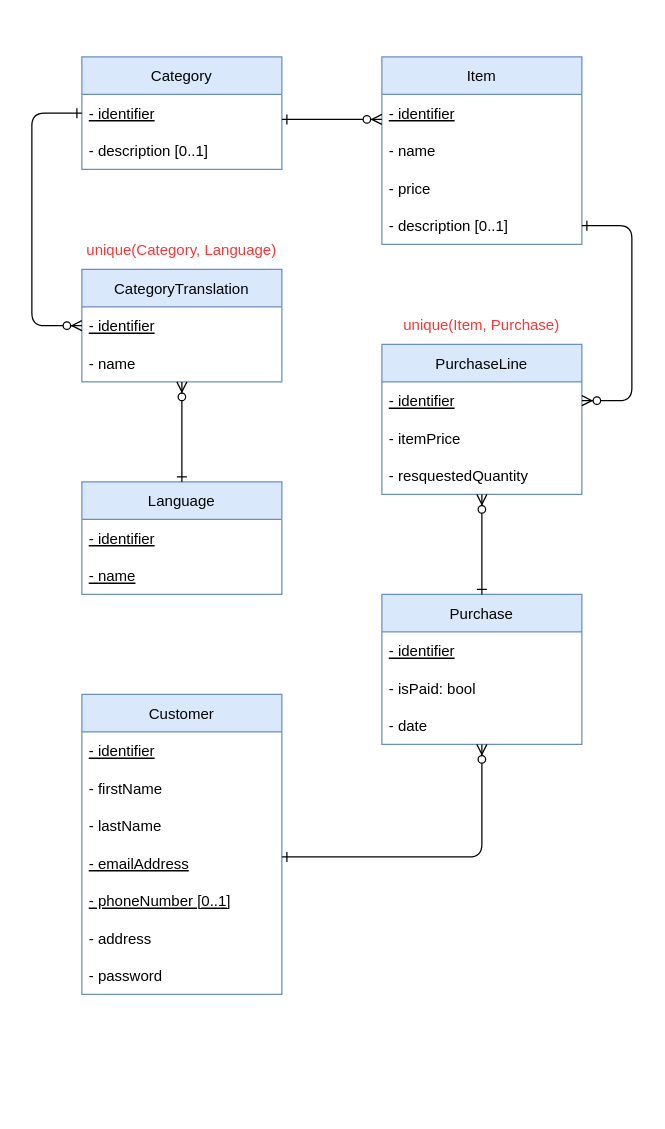
The draw.io diagram diagram/entity_relationship_diagram.drawio in JobeanSmith/Cyberware, before the edit. Source tidied: cells renumbered, new cells numbered last; positions are measured from the earlier drawing's top-left corner, leaving out a move shared by most shapes. Both pictures are drawn from the tidied source at 125%, with x=0, y=0 at pixel (31, 56).
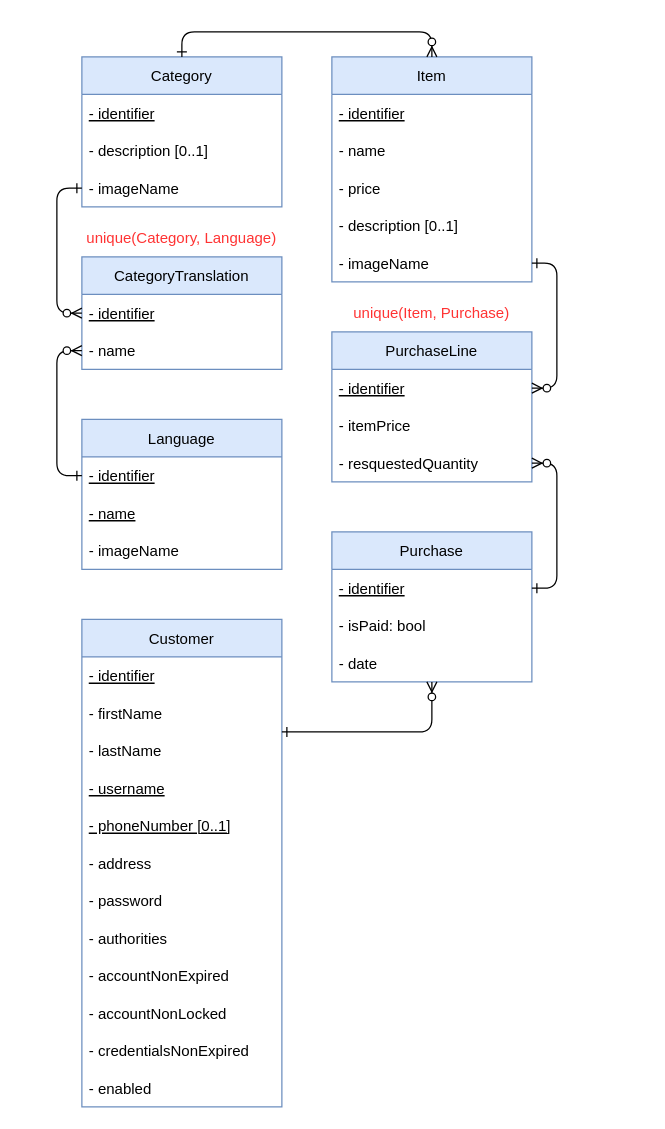
The same diagram, later.

The change refers to these unchanged cells:
```xml
<mxCell id="6" value="- description [0..1]" style="text;strokeColor=none;fillColor=none;align=left;verticalAlign=middle;spacingLeft=4;spacingRight=4;overflow=hidden;points=[[0,0.5],[1,0.5]];portConstraint=eastwest;" parent="2" vertex="1">
  <mxGeometry y="120" width="160" height="30" as="geometry" />
</mxCell>
<mxCell id="11" value="- identifier" style="text;strokeColor=none;fillColor=none;align=left;verticalAlign=middle;spacingLeft=4;spacingRight=4;overflow=hidden;points=[[0,0.5],[1,0.5]];portConstraint=eastwest;fontStyle=4;" parent="10" vertex="1">
  <mxGeometry y="30" width="160" height="30" as="geometry" />
</mxCell>
<mxCell id="13" value="- resquestedQuantity" style="text;strokeColor=none;fillColor=none;align=left;verticalAlign=middle;spacingLeft=4;spacingRight=4;overflow=hidden;points=[[0,0.5],[1,0.5]];portConstraint=eastwest;" parent="10" vertex="1">
  <mxGeometry y="90" width="160" height="30" as="geometry" />
</mxCell>
<mxCell id="15" value="- identifier" style="text;strokeColor=none;fillColor=none;align=left;verticalAlign=middle;spacingLeft=4;spacingRight=4;overflow=hidden;points=[[0,0.5],[1,0.5]];portConstraint=eastwest;fontStyle=4;" parent="14" vertex="1">
  <mxGeometry y="30" width="160" height="30" as="geometry" />
</mxCell>
<mxCell id="17" value="- date" style="text;strokeColor=none;fillColor=none;align=left;verticalAlign=middle;spacingLeft=4;spacingRight=4;overflow=hidden;points=[[0,0.5],[1,0.5]];portConstraint=eastwest;" parent="14" vertex="1">
  <mxGeometry y="90" width="160" height="30" as="geometry" />
</mxCell>
<mxCell id="30" value="- identifier" style="text;strokeColor=none;fillColor=none;align=left;verticalAlign=middle;spacingLeft=4;spacingRight=4;overflow=hidden;points=[[0,0.5],[1,0.5]];portConstraint=eastwest;fontStyle=4;" parent="29" vertex="1">
  <mxGeometry y="30" width="160" height="30" as="geometry" />
</mxCell>
<mxCell id="34" value="- name" style="text;strokeColor=none;fillColor=none;align=left;verticalAlign=middle;spacingLeft=4;spacingRight=4;overflow=hidden;points=[[0,0.5],[1,0.5]];portConstraint=eastwest;fontStyle=0;" parent="32" vertex="1">
  <mxGeometry y="60" width="160" height="30" as="geometry" />
</mxCell>
```

Diff of the diagram source:
```diff
@@
     <mxCell id="2" value="Item" style="swimlane;fontStyle=0;horizontal=1;startSize=30;fillColor=#dae8fc;strokeColor=#6c8ebf;" parent="1" vertex="1">
-      <mxGeometry x="280" width="160" height="150" as="geometry" />
+      <mxGeometry x="240" width="160" height="180" as="geometry" />
     </mxCell>
@@
+    <mxCell id="40" value="- imageName" style="text;strokeColor=none;fillColor=none;align=left;verticalAlign=middle;spacingLeft=4;spacingRight=4;overflow=hidden;points=[[0,0.5],[1,0.5]];portConstraint=eastwest;" parent="2" vertex="1">
+      <mxGeometry y="150" width="160" height="30" as="geometry" />
+    </mxCell>
     <mxCell id="7" value="Category" style="swimlane;fontStyle=0;horizontal=1;startSize=30;fillColor=#dae8fc;strokeColor=#6c8ebf;" parent="1" vertex="1">
-      <mxGeometry x="40" width="160" height="90" as="geometry" />
+      <mxGeometry x="40" width="160" height="120" as="geometry" />
     </mxCell>
@@
+    <mxCell id="41" value="- description [0..1]" style="text;strokeColor=none;fillColor=none;align=left;verticalAlign=middle;spacingLeft=4;spacingRight=4;overflow=hidden;" parent="7" vertex="1">
+      <mxGeometry y="60" width="160" height="30" as="geometry" />
+    </mxCell>
-    <mxCell id="9" value="- description [0..1]" style="text;strokeColor=none;fillColor=none;align=left;verticalAlign=middle;spacingLeft=4;spacingRight=4;overflow=hidden;points=[[0,0.5],[1,0.5]];portConstraint=eastwest;" parent="7" vertex="1">
-      <mxGeometry y="60" width="160" height="30" as="geometry" />
+    <mxCell id="9" value="- imageName" style="text;strokeColor=none;fillColor=none;align=left;verticalAlign=middle;spacingLeft=4;spacingRight=4;overflow=hidden;points=[[0,0.5],[1,0.5]];portConstraint=eastwest;" parent="7" vertex="1">
+      <mxGeometry y="90" width="160" height="30" as="geometry" />
     </mxCell>
     <mxCell id="10" value="PurchaseLine" style="swimlane;fontStyle=0;horizontal=1;startSize=30;fillColor=#dae8fc;strokeColor=#6c8ebf;" parent="1" vertex="1">
-      <mxGeometry x="280" y="230" width="160" height="120" as="geometry" />
+      <mxGeometry x="240" y="220" width="160" height="120" as="geometry" />
     </mxCell>
@@
     <mxCell id="14" value="Purchase" style="swimlane;fontStyle=0;horizontal=1;startSize=30;fillColor=#dae8fc;strokeColor=#6c8ebf;" parent="1" vertex="1">
-      <mxGeometry x="280" y="430" width="160" height="120" as="geometry" />
+      <mxGeometry x="240" y="380" width="160" height="120" as="geometry" />
     </mxCell>
@@
     <mxCell id="18" value="Customer" style="swimlane;fontStyle=0;horizontal=1;startSize=30;fillColor=#dae8fc;strokeColor=#6c8ebf;" parent="1" vertex="1">
-      <mxGeometry x="40" y="510" width="160" height="240" as="geometry" />
+      <mxGeometry x="40" y="450" width="160" height="390" as="geometry" />
     </mxCell>
@@
-    <mxCell id="22" value="- emailAddress" style="text;strokeColor=none;fillColor=none;align=left;verticalAlign=middle;spacingLeft=4;spacingRight=4;overflow=hidden;fontStyle=4;" parent="18" vertex="1">
+    <mxCell id="22" value="- username" style="text;strokeColor=none;fillColor=none;align=left;verticalAlign=middle;spacingLeft=4;spacingRight=4;overflow=hidden;fontStyle=4;" parent="18" vertex="1">
       <mxGeometry y="120" width="160" height="30" as="geometry" />
     </mxCell>
@@
+    <mxCell id="42" value="- authorities" style="text;strokeColor=none;fillColor=none;align=left;verticalAlign=middle;spacingLeft=4;spacingRight=4;overflow=hidden;" parent="18" vertex="1">
+      <mxGeometry y="240" width="160" height="30" as="geometry" />
+    </mxCell>
+    <mxCell id="43" value="- accountNonExpired" style="text;strokeColor=none;fillColor=none;align=left;verticalAlign=middle;spacingLeft=4;spacingRight=4;overflow=hidden;" parent="18" vertex="1">
+      <mxGeometry y="270" width="160" height="30" as="geometry" />
+    </mxCell>
+    <mxCell id="44" value="- accountNonLocked" style="text;strokeColor=none;fillColor=none;align=left;verticalAlign=middle;spacingLeft=4;spacingRight=4;overflow=hidden;" parent="18" vertex="1">
+      <mxGeometry y="300" width="160" height="30" as="geometry" />
+    </mxCell>
+    <mxCell id="45" value="- credentialsNonExpired" style="text;strokeColor=none;fillColor=none;align=left;verticalAlign=middle;spacingLeft=4;spacingRight=4;overflow=hidden;" parent="18" vertex="1">
+      <mxGeometry y="330" width="160" height="30" as="geometry" />
+    </mxCell>
+    <mxCell id="46" value="- enabled" style="text;strokeColor=none;fillColor=none;align=left;verticalAlign=middle;spacingLeft=4;spacingRight=4;overflow=hidden;" parent="18" vertex="1">
+      <mxGeometry y="360" width="160" height="30" as="geometry" />
+    </mxCell>
     <mxCell id="26" style="edgeStyle=elbowEdgeStyle;fontSize=12;html=1;endArrow=ERone;rounded=1;endFill=0;startArrow=ERzeroToMany;startFill=1;elbow=vertical;" parent="1" edge="1" source="17" target="18">
       <mxGeometry relative="1" as="geometry">
         <Array as="points">
+          <mxPoint x="320" y="540" />
+          <mxPoint x="360" y="560" />
           <mxPoint x="260" y="640" />
           <mxPoint x="230" y="585" />
           <mxPoint x="240" y="540" />
           <mxPoint x="290" y="610" />
           <mxPoint x="240" y="560" />
           <mxPoint x="240" y="500" />
           <mxPoint x="230" y="490" />
           <mxPoint x="240" y="500" />
           <mxPoint x="230" y="500" />
           <mxPoint x="240" y="490" />
         </Array>
       </mxGeometry>
     </mxCell>
-    <mxCell id="27" style="edgeStyle=elbowEdgeStyle;fontSize=12;html=1;endArrow=ERzeroToMany;startArrow=ERone;rounded=1;startFill=0;elbow=vertical;" parent="1" edge="1" source="6" target="11">
+    <mxCell id="27" style="edgeStyle=elbowEdgeStyle;fontSize=12;html=1;endArrow=ERzeroToMany;startArrow=ERone;rounded=1;startFill=0;elbow=vertical;exitX=1;exitY=0.5;exitDx=0;exitDy=0;" parent="1" edge="1" source="40" target="11">
       <mxGeometry relative="1" as="geometry">
         <Array as="points">
-          <mxPoint x="480" y="190" />
-          <mxPoint x="360" y="190" />
-          <mxPoint x="480" y="190" />
+          <mxPoint x="420" y="180" />
+          <mxPoint x="440" y="180" />
+          <mxPoint x="420" y="210" />
+          <mxPoint x="440" y="190" />
+          <mxPoint x="320" y="190" />
+          <mxPoint x="440" y="190" />
         </Array>
       </mxGeometry>
     </mxCell>
-    <mxCell id="28" style="edgeStyle=elbowEdgeStyle;fontSize=12;html=1;endArrow=ERzeroToMany;startArrow=ERone;rounded=1;startFill=0;" parent="1" edge="1" source="14" target="10">
+    <mxCell id="28" style="edgeStyle=elbowEdgeStyle;fontSize=12;html=1;endArrow=ERzeroToMany;startArrow=ERone;rounded=1;startFill=0;" parent="1" edge="1" source="15" target="13">
       <mxGeometry relative="1" as="geometry">
         <Array as="points">
-          <mxPoint x="360" y="410" />
-          <mxPoint x="480" y="390" />
-          <mxPoint x="500" y="375" />
+          <mxPoint x="420" y="350" />
+          <mxPoint x="440" y="370" />
+          <mxPoint x="420" y="390" />
+          <mxPoint x="430" y="370" />
+          <mxPoint x="440" y="390" />
+          <mxPoint x="460" y="375" />
         </Array>
       </mxGeometry>
     </mxCell>
     <mxCell id="29" value="Language" style="swimlane;fontStyle=0;horizontal=1;startSize=30;fillColor=#dae8fc;strokeColor=#6c8ebf;" parent="1" vertex="1">
-      <mxGeometry x="40" y="340" width="160" height="90" as="geometry" />
+      <mxGeometry x="40" y="290" width="160" height="120" as="geometry" />
     </mxCell>
@@
+    <mxCell id="47" value="- name" style="text;strokeColor=none;fillColor=none;align=left;verticalAlign=middle;spacingLeft=4;spacingRight=4;overflow=hidden;fontStyle=4;" parent="29" vertex="1">
+      <mxGeometry y="60" width="160" height="30" as="geometry" />
+    </mxCell>
-    <mxCell id="31" value="- name" style="text;strokeColor=none;fillColor=none;align=left;verticalAlign=middle;spacingLeft=4;spacingRight=4;overflow=hidden;fontStyle=4;" parent="29" vertex="1">
-      <mxGeometry y="60" width="160" height="30" as="geometry" />
+    <mxCell id="31" value="- imageName" style="text;strokeColor=none;fillColor=none;align=left;verticalAlign=middle;spacingLeft=4;spacingRight=4;overflow=hidden;fontStyle=0;" parent="29" vertex="1">
+      <mxGeometry y="90" width="160" height="30" as="geometry" />
     </mxCell>
     <mxCell id="32" value="CategoryTranslation" style="swimlane;fontStyle=0;horizontal=1;startSize=30;fillColor=#dae8fc;strokeColor=#6c8ebf;" parent="1" vertex="1">
-      <mxGeometry x="40" y="170" width="160" height="90" as="geometry" />
+      <mxGeometry x="40" y="160" width="160" height="90" as="geometry" />
     </mxCell>
@@
-    <mxCell id="35" style="edgeStyle=elbowEdgeStyle;fontSize=12;html=1;endArrow=ERzeroToMany;startArrow=ERone;rounded=1;startFill=0;" parent="1" edge="1" source="7" target="32">
+    <mxCell id="35" style="edgeStyle=elbowEdgeStyle;fontSize=12;html=1;endArrow=ERzeroToMany;startArrow=ERone;rounded=1;startFill=0;" parent="1" edge="1" source="9" target="32">
       <mxGeometry relative="1" as="geometry">
         <Array as="points">
+          <mxPoint x="20" y="130" />
           <mxPoint y="140" />
           <mxPoint x="120" y="130" />
           <mxPoint x="50" y="130" />
           <mxPoint x="120" y="120" />
           <mxPoint y="140" />
           <mxPoint x="120" y="120" />
           <mxPoint x="520" y="170" />
           <mxPoint x="510" y="180" />
         </Array>
       </mxGeometry>
     </mxCell>
-    <mxCell id="36" style="edgeStyle=elbowEdgeStyle;fontSize=12;html=1;endArrow=ERzeroToMany;startArrow=ERone;rounded=1;startFill=0;" parent="1" edge="1" source="29" target="32">
+    <mxCell id="36" style="edgeStyle=elbowEdgeStyle;fontSize=12;html=1;endArrow=ERzeroToMany;startArrow=ERone;rounded=1;startFill=0;" parent="1" edge="1" source="30" target="34">
       <mxGeometry relative="1" as="geometry">
         <Array as="points">
+          <mxPoint x="20" y="280" />
+          <mxPoint x="10" y="300" />
           <mxPoint x="120" y="310" />
           <mxPoint x="70" y="290" />
           <mxPoint y="290" />
           <mxPoint x="830" y="170" />
           <mxPoint x="810" y="180" />
           <mxPoint x="820" y="185" />
           <mxPoint x="820" y="203" />
           <mxPoint x="120" y="310" />
           <mxPoint x="110" y="305" />
         </Array>
       </mxGeometry>
     </mxCell>
-    <mxCell id="37" style="edgeStyle=elbowEdgeStyle;fontSize=12;html=1;endArrow=ERzeroToMany;startArrow=ERone;rounded=1;startFill=0;" parent="1" edge="1" source="7" target="2">
+    <mxCell id="37" style="edgeStyle=elbowEdgeStyle;fontSize=12;html=1;endArrow=ERzeroToMany;startArrow=ERone;rounded=1;startFill=0;exitX=0.5;exitY=0;exitDx=0;exitDy=0;" parent="1" edge="1" source="7" target="2">
       <mxGeometry relative="1" as="geometry">
         <Array as="points">
+          <mxPoint x="230" y="-20" />
+          <mxPoint x="210" y="-40" />
+          <mxPoint x="180" y="-20" />
           <mxPoint x="230" y="50" />
           <mxPoint x="230" y="60" />
           <mxPoint x="250" y="50" />
         </Array>
       </mxGeometry>
     </mxCell>
     <mxCell id="38" value="&lt;font color=&quot;#ff3333&quot;&gt;unique(&lt;/font&gt;&lt;span style=&quot;color: rgb(255 , 51 , 51)&quot;&gt;Category, Language&lt;/span&gt;&lt;font color=&quot;#ff3333&quot;&gt;)&lt;/font&gt;" style="text;html=1;strokeColor=none;fillColor=none;align=center;verticalAlign=middle;whiteSpace=wrap;rounded=0;" parent="1" vertex="1">
-      <mxGeometry x="40" y="140" width="160" height="30" as="geometry" />
+      <mxGeometry x="40" y="130" width="160" height="30" as="geometry" />
     </mxCell>
     <mxCell id="39" value="&lt;font color=&quot;#ff3333&quot;&gt;unique(&lt;/font&gt;&lt;span style=&quot;color: rgb(255 , 51 , 51)&quot;&gt;Item, Purchase&lt;/span&gt;&lt;font color=&quot;#ff3333&quot;&gt;)&lt;/font&gt;" style="text;html=1;strokeColor=none;fillColor=none;align=center;verticalAlign=middle;whiteSpace=wrap;rounded=0;" parent="1" vertex="1">
-      <mxGeometry x="280" y="200" width="160" height="30" as="geometry" />
+      <mxGeometry x="240" y="190" width="160" height="30" as="geometry" />
     </mxCell>
```
